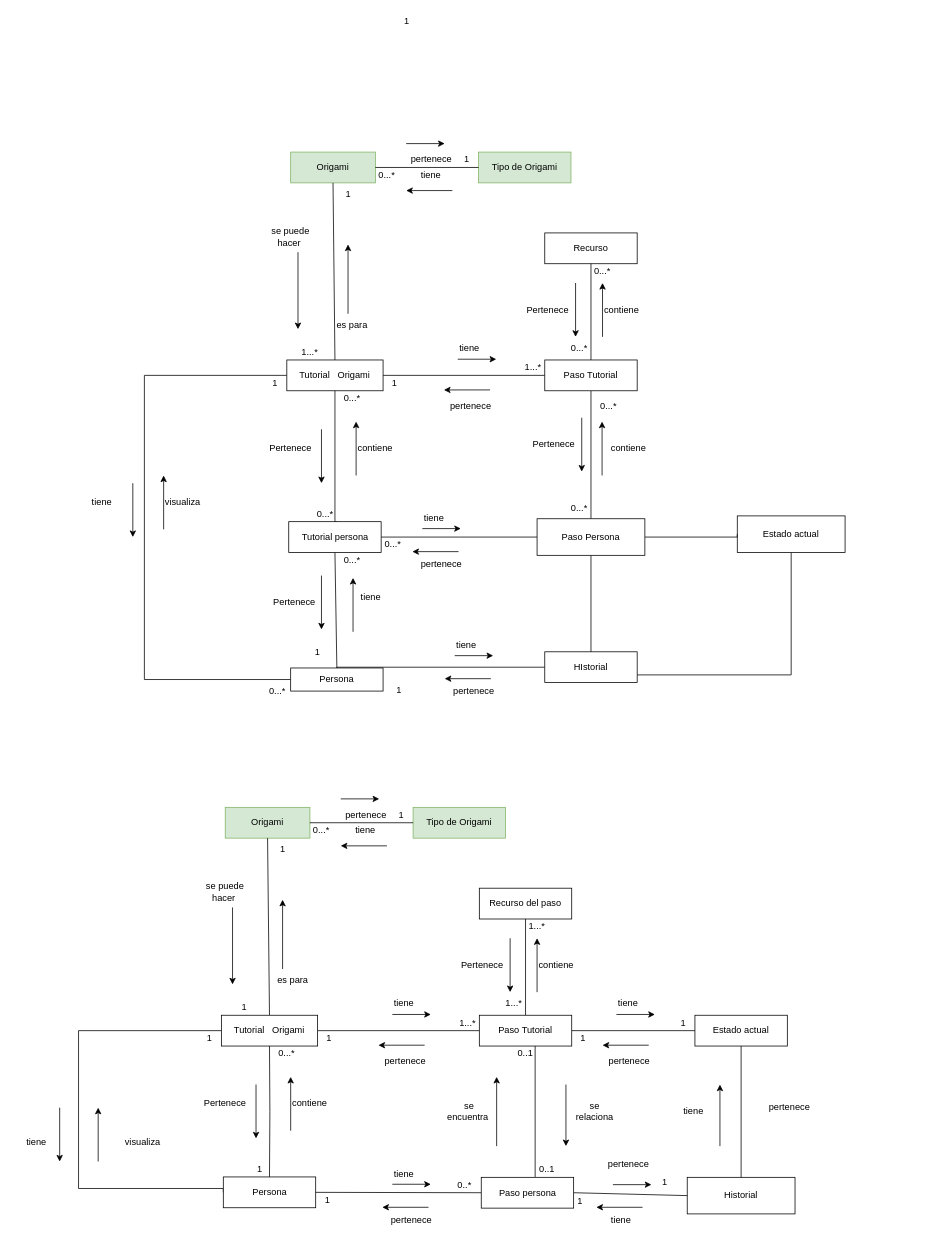
Before: ModeloDeDominio3D.drawio in andrescastillo1996/documentacionMundoOrigami, a draw.io diagram. Source tidied: cells renumbered, new cells numbered last; positions are measured from the earlier drawing's top-left corner, leaving out a move shared by most shapes. Both pictures are drawn from the tidied source at 77%, with x=0, y=0 at pixel (13, 13).
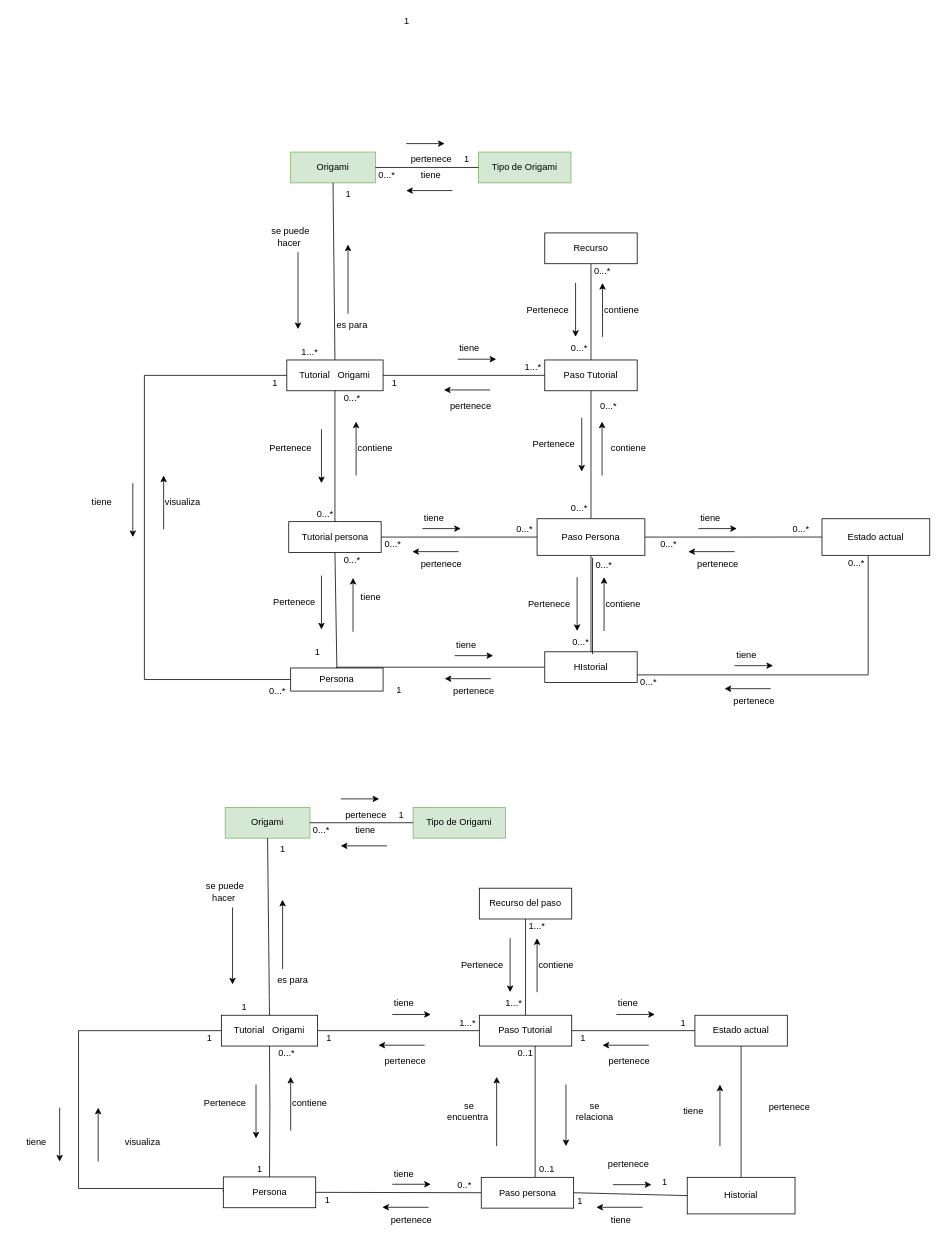
The same diagram, later.

The change refers to these unchanged cells:
```xml
<mxCell id="30" value="HIstorial" style="rounded=0;whiteSpace=wrap;html=1;" parent="1" vertex="1">
  <mxGeometry x="690" y="829" width="120" height="40" as="geometry" />
</mxCell>
```

Change to the diagram source:
```diff
@@
     <mxCell id="4" style="edgeStyle=orthogonalEdgeStyle;rounded=0;jettySize=auto;html=1;entryX=1;entryY=0.75;entryDx=0;entryDy=0;endArrow=none;endFill=0;" parent="1" edge="1" source="5" target="30">
       <mxGeometry relative="1" as="geometry">
         <Array as="points">
-          <mxPoint x="1010" y="859" />
+          <mxPoint x="1110" y="859" />
         </Array>
       </mxGeometry>
     </mxCell>
     <mxCell id="5" value="Estado actual" style="rounded=0;whiteSpace=wrap;html=1;" parent="1" vertex="1">
-      <mxGeometry x="940" y="652.5" width="140" height="47.5" as="geometry" />
+      <mxGeometry x="1050" y="656.2" width="140" height="47.5" as="geometry" />
     </mxCell>
@@
+    <mxCell id="167" value="0...*" style="text;html=1;strokeColor=none;fillColor=none;align=center;verticalAlign=middle;whiteSpace=wrap;rounded=0;" parent="1" vertex="1">
+      <mxGeometry x="649" y="660" width="30" height="20" as="geometry" />
+    </mxCell>
+    <mxCell id="168" style="endArrow=classic;html=1;rounded=0;" parent="1" edge="1">
+      <mxGeometry relative="1" as="geometry">
+        <mxPoint x="889.5" y="669" as="sourcePoint" />
+        <mxPoint x="939.5" y="669" as="targetPoint" />
+      </mxGeometry>
+    </mxCell>
+    <mxCell id="169" style="endArrow=classic;html=1;rounded=0;" parent="1" edge="1">
+      <mxGeometry relative="1" as="geometry">
+        <mxPoint x="936.5" y="698.9" as="sourcePoint" />
+        <mxPoint x="876.5" y="698.9" as="targetPoint" />
+      </mxGeometry>
+    </mxCell>
+    <mxCell id="170" value="tiene&amp;nbsp;" style="text;html=1;strokeColor=none;fillColor=none;align=center;verticalAlign=middle;whiteSpace=wrap;rounded=0;" parent="1" vertex="1">
+      <mxGeometry x="876.5" y="640" width="60" height="30" as="geometry" />
+    </mxCell>
+    <mxCell id="171" value="pertenece" style="text;html=1;strokeColor=none;fillColor=none;align=center;verticalAlign=middle;whiteSpace=wrap;rounded=0;" parent="1" vertex="1">
+      <mxGeometry x="884.5" y="705" width="60" height="20" as="geometry" />
+    </mxCell>
+    <mxCell id="172" value="0...*" style="text;html=1;strokeColor=none;fillColor=none;align=center;verticalAlign=middle;whiteSpace=wrap;rounded=0;" parent="1" vertex="1">
+      <mxGeometry x="836" y="680" width="30" height="20" as="geometry" />
+    </mxCell>
+    <mxCell id="173" value="0...*" style="text;html=1;strokeColor=none;fillColor=none;align=center;verticalAlign=middle;whiteSpace=wrap;rounded=0;" parent="1" vertex="1">
+      <mxGeometry x="1007.5" y="660" width="30" height="20" as="geometry" />
+    </mxCell>
+    <mxCell id="174" style="endArrow=classic;html=1;rounded=0;" parent="1" edge="1">
+      <mxGeometry relative="1" as="geometry">
+        <mxPoint x="936.5" y="847" as="sourcePoint" />
+        <mxPoint x="986.5" y="847" as="targetPoint" />
+      </mxGeometry>
+    </mxCell>
+    <mxCell id="175" style="endArrow=classic;html=1;rounded=0;" parent="1" edge="1">
+      <mxGeometry relative="1" as="geometry">
+        <mxPoint x="983.5" y="876.9" as="sourcePoint" />
+        <mxPoint x="923.5" y="876.9" as="targetPoint" />
+      </mxGeometry>
+    </mxCell>
+    <mxCell id="176" value="tiene&amp;nbsp;" style="text;html=1;strokeColor=none;fillColor=none;align=center;verticalAlign=middle;whiteSpace=wrap;rounded=0;" parent="1" vertex="1">
+      <mxGeometry x="923.5" y="818" width="60" height="30" as="geometry" />
+    </mxCell>
+    <mxCell id="177" value="pertenece" style="text;html=1;strokeColor=none;fillColor=none;align=center;verticalAlign=middle;whiteSpace=wrap;rounded=0;" parent="1" vertex="1">
+      <mxGeometry x="931.5" y="883" width="60" height="20" as="geometry" />
+    </mxCell>
+    <mxCell id="178" value="0...*" style="text;html=1;strokeColor=none;fillColor=none;align=center;verticalAlign=middle;whiteSpace=wrap;rounded=0;" parent="1" vertex="1">
+      <mxGeometry x="810" y="858" width="30" height="20" as="geometry" />
+    </mxCell>
+    <mxCell id="179" value="0...*" style="text;html=1;strokeColor=none;fillColor=none;align=center;verticalAlign=middle;whiteSpace=wrap;rounded=0;" parent="1" vertex="1">
+      <mxGeometry x="1080" y="703.8" width="30" height="20" as="geometry" />
+    </mxCell>
+    <mxCell id="180" style="edgeStyle=orthogonalEdgeStyle;rounded=0;orthogonalLoop=1;jettySize=auto;html=1;endArrow=none;endFill=0;" parent="1" edge="1">
+      <mxGeometry relative="1" as="geometry">
+        <mxPoint x="752" y="832" as="sourcePoint" />
+        <mxPoint x="752" y="707" as="targetPoint" />
+      </mxGeometry>
+    </mxCell>
+    <mxCell id="181" style="endArrow=classic;html=1;rounded=0;" parent="1" edge="1">
+      <mxGeometry relative="1" as="geometry">
+        <mxPoint x="767" y="802" as="sourcePoint" />
+        <mxPoint x="767" y="732" as="targetPoint" />
+      </mxGeometry>
+    </mxCell>
+    <mxCell id="182" value="contiene" style="text;html=1;strokeColor=none;fillColor=none;align=center;verticalAlign=middle;whiteSpace=wrap;rounded=0;" parent="1" vertex="1">
+      <mxGeometry x="762" y="752" width="60" height="30" as="geometry" />
+    </mxCell>
+    <mxCell id="183" value="Pertenece" style="text;html=1;strokeColor=none;fillColor=none;align=center;verticalAlign=middle;whiteSpace=wrap;rounded=0;" parent="1" vertex="1">
+      <mxGeometry x="666" y="752" width="60" height="30" as="geometry" />
+    </mxCell>
+    <mxCell id="184" style="endArrow=classic;html=1;rounded=0;" parent="1" edge="1">
+      <mxGeometry relative="1" as="geometry">
+        <mxPoint x="732" y="732" as="sourcePoint" />
+        <mxPoint x="732" y="802" as="targetPoint" />
+      </mxGeometry>
+    </mxCell>
+    <mxCell id="185" value="0...*" style="text;html=1;strokeColor=none;fillColor=none;align=center;verticalAlign=middle;whiteSpace=wrap;rounded=0;" parent="1" vertex="1">
+      <mxGeometry x="752" y="707" width="30" height="20" as="geometry" />
+    </mxCell>
+    <mxCell id="186" value="0...*" style="text;html=1;strokeColor=none;fillColor=none;align=center;verticalAlign=middle;whiteSpace=wrap;rounded=0;" parent="1" vertex="1">
+      <mxGeometry x="722" y="807" width="30" height="20" as="geometry" />
+    </mxCell>
```
